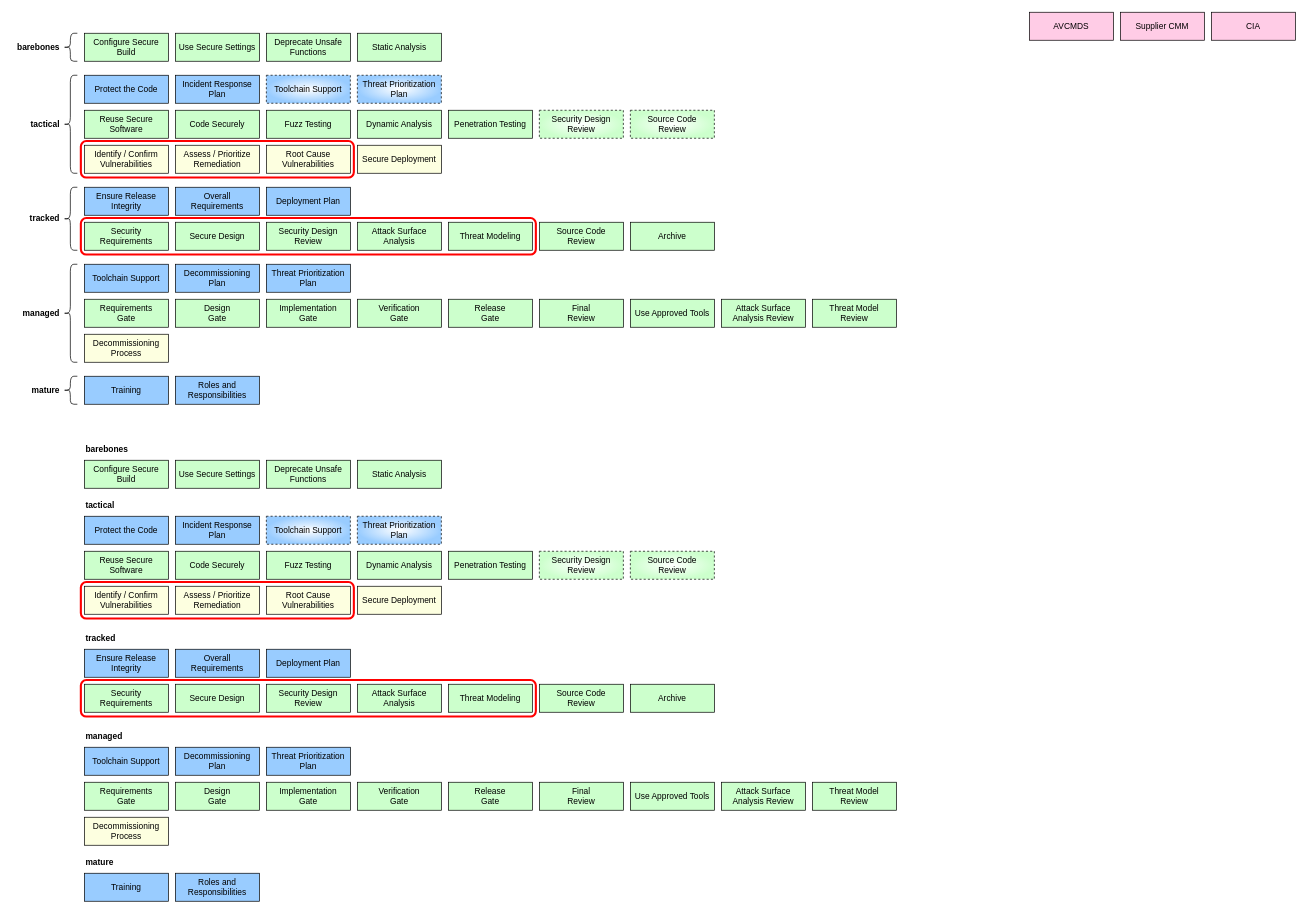
This is page "buckets" (1 of 2) of source/reference_documents/elaboration_documents/Incremental AVCDL Adoption/images/source/incremental adoption.drawio from nutonomy/AVCDL, a draw.io file, before an edit. Source tidied: cells renumbered, new cells numbered last; positions are measured from the earlier drawing's top-left corner, leaving out a move shared by most shapes. Both pictures are drawn from the tidied source at 70%, with x=0, y=0 at pixel (12, 12).
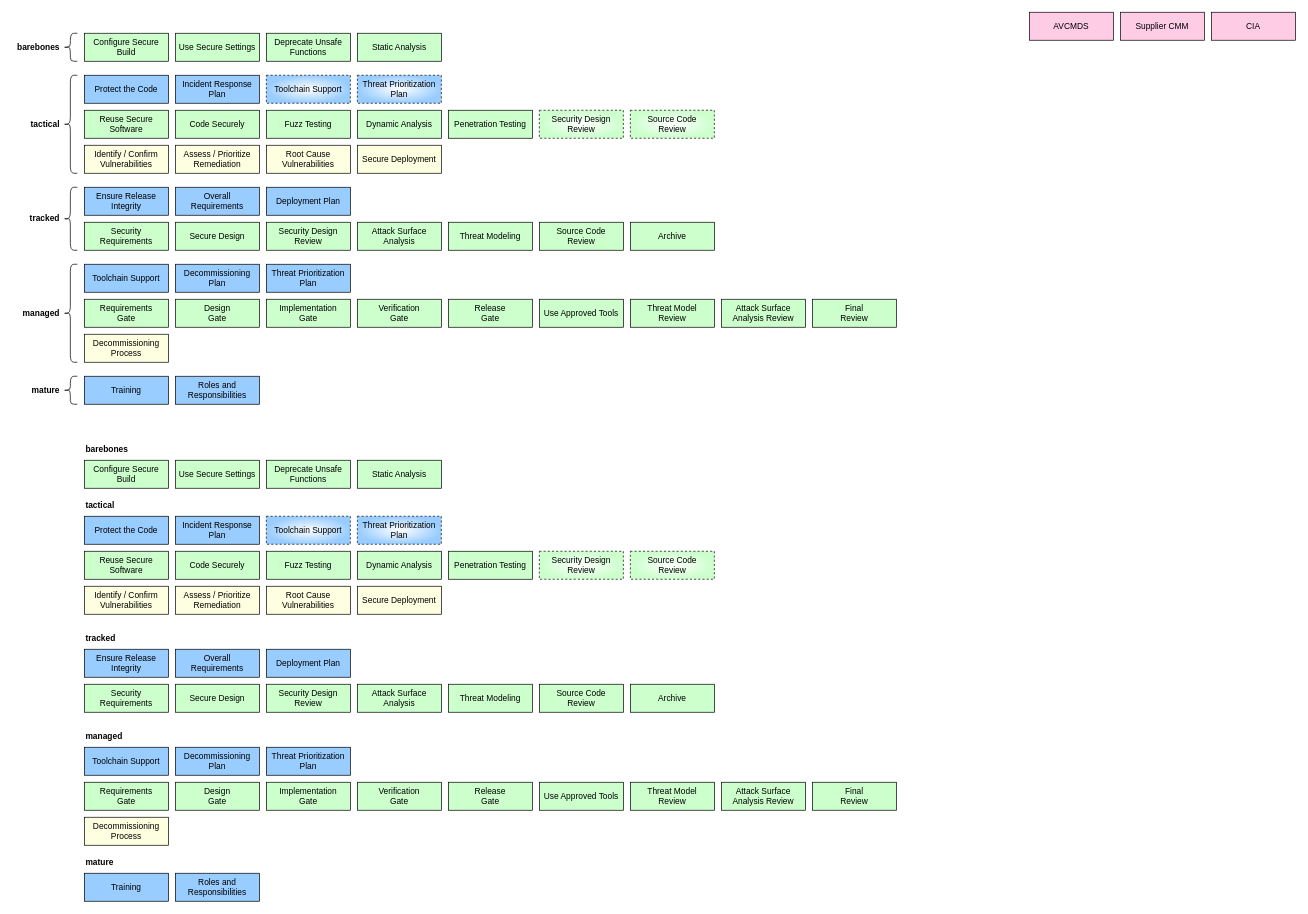
Above is the later version.

Commit message (it also covers changes not shown here):
updated the Incremental AVCDL Adoption AVCDL elaboration document (page numbering / updated AVCDL framework diagram / updated managed stage item sequencing)

Diff of the diagram source:
```diff
@@
     <mxCell id="23" value="Use Approved Tools" style="rounded=0;whiteSpace=wrap;html=1;fillColor=#CCFFCC;" parent="1" vertex="1">
-      <mxGeometry x="883" y="410" width="120" height="40" as="geometry" />
+      <mxGeometry x="753" y="410" width="120" height="40" as="geometry" />
     </mxCell>
@@
     <mxCell id="34" value="Threat Model&lt;br&gt;Review" style="rounded=0;whiteSpace=wrap;html=1;fillColor=#CCFFCC;" parent="1" vertex="1">
-      <mxGeometry x="1143" y="410" width="120" height="40" as="geometry" />
+      <mxGeometry x="883" y="410" width="120" height="40" as="geometry" />
     </mxCell>
     <mxCell id="35" value="Final&lt;br&gt;Review" style="rounded=0;whiteSpace=wrap;html=1;fillColor=#CCFFCC;" parent="1" vertex="1">
-      <mxGeometry x="753" y="410" width="120" height="40" as="geometry" />
+      <mxGeometry x="1143" y="410" width="120" height="40" as="geometry" />
     </mxCell>
@@
-    <mxCell id="80" value="Use Approved Tools" style="rounded=0;whiteSpace=wrap;html=1;fillColor=#CCFFCC;" parent="1" vertex="1">
-      <mxGeometry x="883" y="1100" width="120" height="40" as="geometry" />
-    </mxCell>
@@
-    <mxCell id="90" value="Attack Surface Analysis Review" style="rounded=0;whiteSpace=wrap;html=1;fillColor=#CCFFCC;" parent="1" vertex="1">
-      <mxGeometry x="1013" y="1100" width="120" height="40" as="geometry" />
-    </mxCell>
-    <mxCell id="91" value="Threat Model&lt;br&gt;Review" style="rounded=0;whiteSpace=wrap;html=1;fillColor=#CCFFCC;" parent="1" vertex="1">
-      <mxGeometry x="1143" y="1100" width="120" height="40" as="geometry" />
-    </mxCell>
-    <mxCell id="92" value="Final&lt;br&gt;Review" style="rounded=0;whiteSpace=wrap;html=1;fillColor=#CCFFCC;" parent="1" vertex="1">
-      <mxGeometry x="753" y="1100" width="120" height="40" as="geometry" />
-    </mxCell>
@@
-    <mxCell id="108" parent="0" />
-    <mxCell id="109" style="rounded=1;whiteSpace=wrap;html=1;labelBorderColor=none;fillColor=none;gradientColor=#99CCFF;gradientDirection=radial;strokeColor=#FF0000;strokeWidth=3;" parent="108" vertex="1">
-      <mxGeometry x="98" y="294" width="650" height="52.1" as="geometry" />
-    </mxCell>
-    <mxCell id="110" style="rounded=1;whiteSpace=wrap;html=1;labelBorderColor=none;fillColor=none;gradientColor=#99CCFF;gradientDirection=radial;strokeColor=#FF0000;strokeWidth=3;" parent="108" vertex="1">
-      <mxGeometry x="98" y="184" width="390" height="52.1" as="geometry" />
-    </mxCell>
-    <mxCell id="111" style="rounded=1;whiteSpace=wrap;html=1;labelBorderColor=none;fillColor=none;gradientColor=#99CCFF;gradientDirection=radial;strokeColor=#FF0000;strokeWidth=3;" parent="108" vertex="1">
-      <mxGeometry x="98" y="954" width="650" height="52.1" as="geometry" />
-    </mxCell>
-    <mxCell id="112" style="rounded=1;whiteSpace=wrap;html=1;labelBorderColor=none;fillColor=none;gradientColor=#99CCFF;gradientDirection=radial;strokeColor=#FF0000;strokeWidth=3;" parent="108" vertex="1">
-      <mxGeometry x="98" y="814" width="390" height="52.1" as="geometry" />
-    </mxCell>
+    <mxCell id="80" value="Use Approved Tools" style="rounded=0;whiteSpace=wrap;html=1;fillColor=#CCFFCC;" parent="1" vertex="1">
+      <mxGeometry x="753" y="1100" width="120" height="40" as="geometry" />
+    </mxCell>
+    <mxCell id="90" value="Attack Surface Analysis Review" style="rounded=0;whiteSpace=wrap;html=1;fillColor=#CCFFCC;" parent="1" vertex="1">
+      <mxGeometry x="1013" y="1100" width="120" height="40" as="geometry" />
+    </mxCell>
+    <mxCell id="91" value="Threat Model&lt;br&gt;Review" style="rounded=0;whiteSpace=wrap;html=1;fillColor=#CCFFCC;" parent="1" vertex="1">
+      <mxGeometry x="883" y="1100" width="120" height="40" as="geometry" />
+    </mxCell>
+    <mxCell id="92" value="Final&lt;br&gt;Review" style="rounded=0;whiteSpace=wrap;html=1;fillColor=#CCFFCC;" parent="1" vertex="1">
+      <mxGeometry x="1143" y="1100" width="120" height="40" as="geometry" />
+    </mxCell>
```
